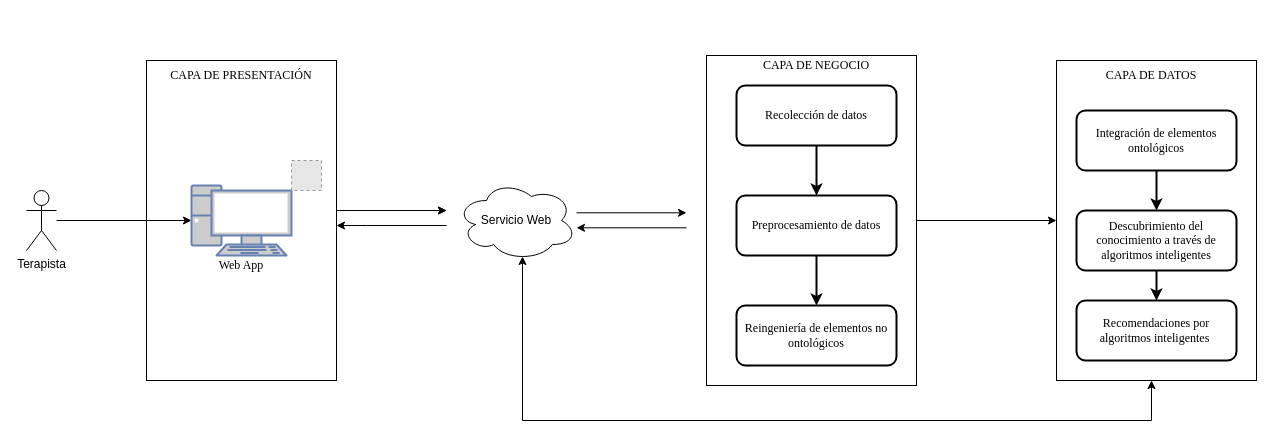
The draw.io diagram page "Page-3" (3 of 4) of Untitled Diagram.drawio in jhtc5898/Tesis, before the edit. Source tidied: cells renumbered, new cells numbered last; positions are measured from the earlier drawing's top-left corner, leaving out a move shared by most shapes. Both pictures are drawn from the tidied source at 100%, with x=0, y=0 at pixel (26, 55). Pictures stored in the file or linked from it are replaced by grey dashed boxes.
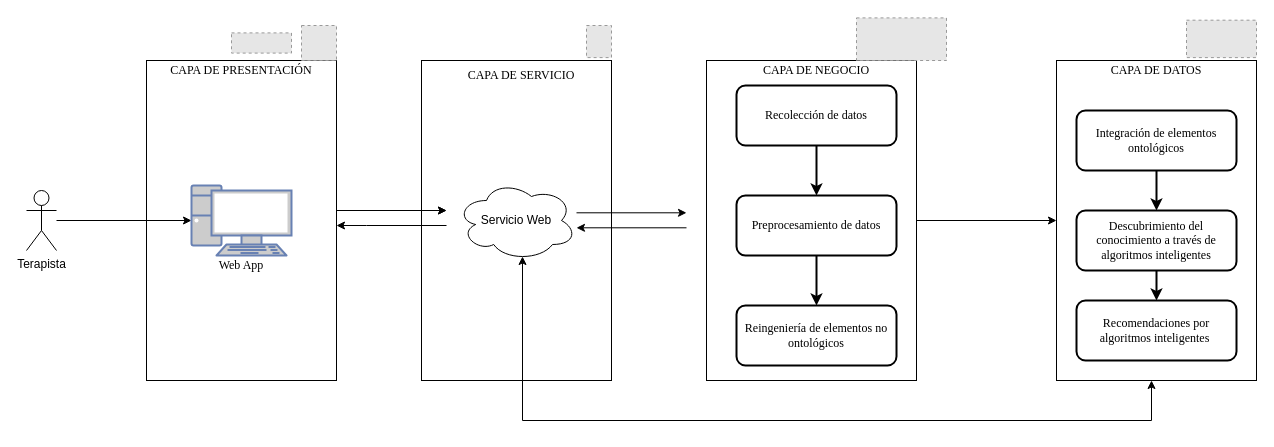
After the change.

Change to the diagram source:
```diff
@@
+    <mxCell id="31" style="rounded=0;whiteSpace=wrap;html=1;" parent="1" vertex="1">
+      <mxGeometry x="395" y="5" width="190" height="320" as="geometry" />
+    </mxCell>
@@
     <mxCell id="6" value="&lt;font face=&quot;Times New Roman&quot;&gt;CAPA DE PRESENTACIÓN&lt;/font&gt;" style="text;html=1;strokeColor=none;fillColor=none;align=center;verticalAlign=middle;whiteSpace=wrap;rounded=0;" parent="1" vertex="1">
-      <mxGeometry x="135" y="10" width="160" height="20" as="geometry" />
+      <mxGeometry x="135" y="5" width="160" height="20" as="geometry" />
     </mxCell>
@@
     <mxCell id="8" style="fillColor=#E6E6E6;strokeColor=#999999;dashed=1;verticalLabelPosition=bottom;labelBackgroundColor=#ffffff;verticalAlign=top;" parent="1" vertex="1">
-      <mxGeometry x="265" y="105" width="30" height="30" as="geometry" />
+      <mxGeometry x="275" y="-30" width="35" height="35" as="geometry" />
     </mxCell>
@@
     <mxCell id="15" style="rounded=0;whiteSpace=wrap;html=1;" parent="1" vertex="1">
-      <mxGeometry x="680" width="210" height="330" as="geometry" />
+      <mxGeometry x="680" y="5" width="210" height="320" as="geometry" />
     </mxCell>
     <mxCell id="16" value="&lt;font face=&quot;Times New Roman&quot;&gt;CAPA DE NEGOCIO&lt;/font&gt;" style="text;html=1;strokeColor=none;fillColor=none;align=center;verticalAlign=middle;whiteSpace=wrap;rounded=0;" parent="1" vertex="1">
-      <mxGeometry x="710" width="160" height="20" as="geometry" />
+      <mxGeometry x="710" y="5" width="160" height="20" as="geometry" />
     </mxCell>
@@
     <mxCell id="19" value="&lt;font face=&quot;Times New Roman&quot;&gt;CAPA DE DATOS&lt;/font&gt;" style="text;html=1;strokeColor=none;fillColor=none;align=center;verticalAlign=middle;whiteSpace=wrap;rounded=0;" parent="1" vertex="1">
-      <mxGeometry x="1045" y="10" width="160" height="20" as="geometry" />
+      <mxGeometry x="1050" y="5" width="160" height="20" as="geometry" />
     </mxCell>
@@
+    <mxCell id="32" style="fillColor=#E6E6E6;strokeColor=#999999;dashed=1;verticalLabelPosition=bottom;labelBackgroundColor=#ffffff;verticalAlign=top;" parent="1" vertex="1">
+      <mxGeometry x="205" y="-22.6" width="60" height="20.2" as="geometry" />
+    </mxCell>
+    <mxCell id="33" style="fillColor=#E6E6E6;strokeColor=#999999;dashed=1;verticalLabelPosition=bottom;labelBackgroundColor=#ffffff;verticalAlign=top;" parent="1" vertex="1">
+      <mxGeometry x="560" y="-30" width="25" height="32.1" as="geometry" />
+    </mxCell>
+    <mxCell id="34" style="fillColor=#E6E6E6;strokeColor=#999999;dashed=1;verticalLabelPosition=bottom;labelBackgroundColor=#ffffff;verticalAlign=top;" parent="1" vertex="1">
+      <mxGeometry x="830" y="-37.6" width="90" height="42.6" as="geometry" />
+    </mxCell>
+    <mxCell id="35" style="fillColor=#E6E6E6;strokeColor=#999999;dashed=1;verticalLabelPosition=bottom;labelBackgroundColor=#ffffff;verticalAlign=top;" parent="1" vertex="1">
+      <mxGeometry x="1160" y="-35.3" width="70" height="37.4" as="geometry" />
+    </mxCell>
+    <mxCell id="36" value="&lt;font face=&quot;Times New Roman&quot;&gt;CAPA DE SERVICIO&lt;/font&gt;" style="text;html=1;strokeColor=none;fillColor=none;align=center;verticalAlign=middle;whiteSpace=wrap;rounded=0;" parent="1" vertex="1">
+      <mxGeometry x="415" y="10" width="160" height="20" as="geometry" />
+    </mxCell>
```
